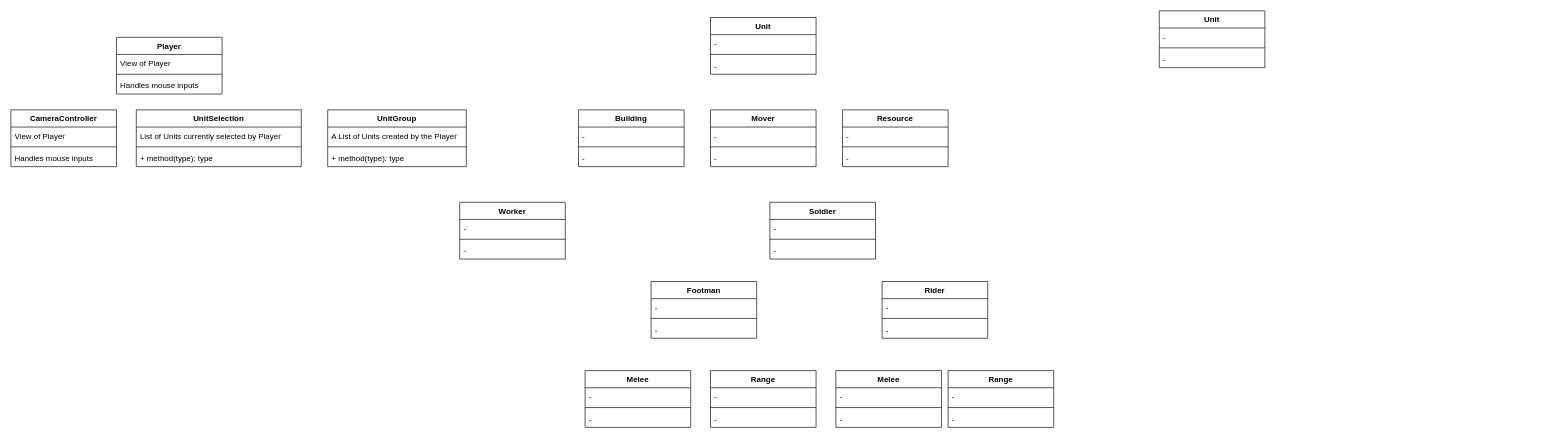
This is Game/Assets/Scripts/Class_diagram_UML.drawio from stephanegc/realTimeStrategy, a draw.io file, before an edit. Source tidied: cells renumbered, new cells numbered last; positions are measured from the earlier drawing's top-left corner, leaving out a move shared by most shapes. Both pictures are drawn from the tidied source at 66%, with x=0, y=0 at pixel (11, 11).
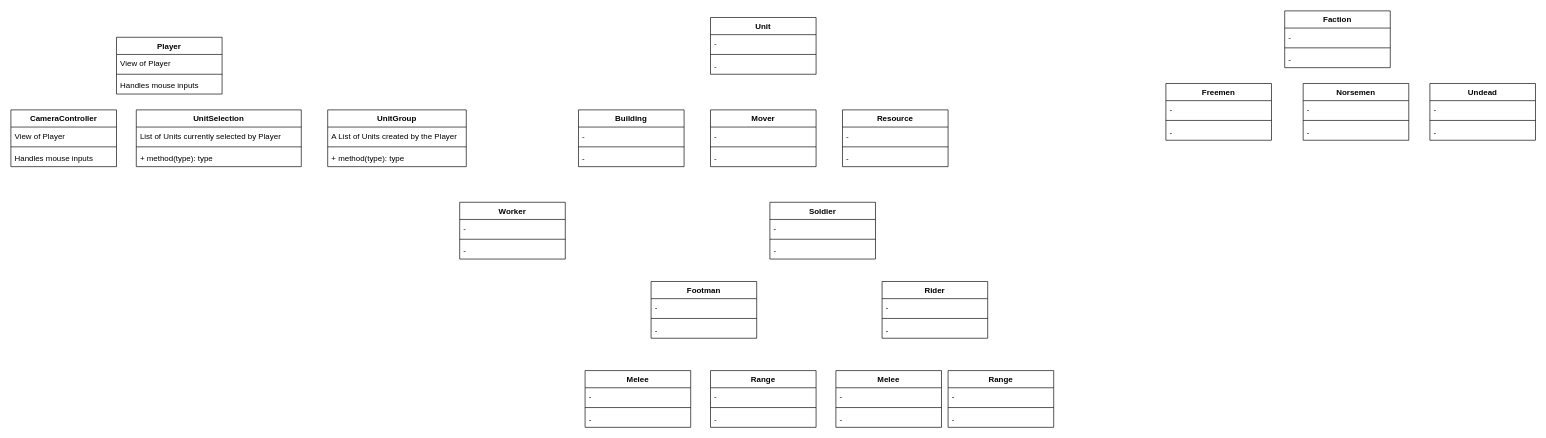
The same diagram, later.

Commit message:
Mettre à jour Class_diagram_UML.drawio

Diff of the diagram source:
```diff
@@
-    <mxCell id="66" value="Unit" style="swimlane;fontStyle=1;align=center;verticalAlign=top;horizontal=1;startSize=26;" parent="1" vertex="1">
-      <mxGeometry x="1740" width="160" height="86" as="geometry" />
+    <mxCell id="66" value="Faction" style="swimlane;fontStyle=1;align=center;verticalAlign=top;horizontal=1;startSize=26;" parent="1" vertex="1">
+      <mxGeometry x="1930" width="160" height="86" as="geometry" />
     </mxCell>
@@
+    <mxCell id="70" value="Freemen" style="swimlane;fontStyle=1;align=center;verticalAlign=top;horizontal=1;startSize=26;" parent="1" vertex="1">
+      <mxGeometry x="1750" y="110" width="160" height="86" as="geometry" />
+    </mxCell>
+    <mxCell id="71" value="-" style="text;strokeColor=none;fillColor=none;align=left;verticalAlign=top;spacingLeft=4;spacingRight=4;overflow=hidden;" parent="70" vertex="1">
+      <mxGeometry y="26" width="160" height="26" as="geometry" />
+    </mxCell>
+    <mxCell id="72" style="line;strokeWidth=1;fillColor=none;align=left;verticalAlign=middle;spacingTop=-1;spacingLeft=3;spacingRight=3;labelPosition=right;strokeColor=inherit;" parent="70" vertex="1">
+      <mxGeometry y="52" width="160" height="8" as="geometry" />
+    </mxCell>
+    <mxCell id="73" value="-" style="text;strokeColor=none;fillColor=none;align=left;verticalAlign=top;spacingLeft=4;spacingRight=4;overflow=hidden;" parent="70" vertex="1">
+      <mxGeometry y="60" width="160" height="26" as="geometry" />
+    </mxCell>
+    <mxCell id="74" value="Norsemen" style="swimlane;fontStyle=1;align=center;verticalAlign=top;horizontal=1;startSize=26;" parent="1" vertex="1">
+      <mxGeometry x="1958" y="110" width="160" height="86" as="geometry" />
+    </mxCell>
+    <mxCell id="75" value="-" style="text;strokeColor=none;fillColor=none;align=left;verticalAlign=top;spacingLeft=4;spacingRight=4;overflow=hidden;" parent="74" vertex="1">
+      <mxGeometry y="26" width="160" height="26" as="geometry" />
+    </mxCell>
+    <mxCell id="76" style="line;strokeWidth=1;fillColor=none;align=left;verticalAlign=middle;spacingTop=-1;spacingLeft=3;spacingRight=3;labelPosition=right;strokeColor=inherit;" parent="74" vertex="1">
+      <mxGeometry y="52" width="160" height="8" as="geometry" />
+    </mxCell>
+    <mxCell id="77" value="-" style="text;strokeColor=none;fillColor=none;align=left;verticalAlign=top;spacingLeft=4;spacingRight=4;overflow=hidden;" parent="74" vertex="1">
+      <mxGeometry y="60" width="160" height="26" as="geometry" />
+    </mxCell>
+    <mxCell id="78" value="Undead" style="swimlane;fontStyle=1;align=center;verticalAlign=top;horizontal=1;startSize=26;" parent="1" vertex="1">
+      <mxGeometry x="2150" y="110" width="160" height="86" as="geometry" />
+    </mxCell>
+    <mxCell id="79" value="-" style="text;strokeColor=none;fillColor=none;align=left;verticalAlign=top;spacingLeft=4;spacingRight=4;overflow=hidden;" parent="78" vertex="1">
+      <mxGeometry y="26" width="160" height="26" as="geometry" />
+    </mxCell>
+    <mxCell id="80" style="line;strokeWidth=1;fillColor=none;align=left;verticalAlign=middle;spacingTop=-1;spacingLeft=3;spacingRight=3;labelPosition=right;strokeColor=inherit;" parent="78" vertex="1">
+      <mxGeometry y="52" width="160" height="8" as="geometry" />
+    </mxCell>
+    <mxCell id="81" value="-" style="text;strokeColor=none;fillColor=none;align=left;verticalAlign=top;spacingLeft=4;spacingRight=4;overflow=hidden;" parent="78" vertex="1">
+      <mxGeometry y="60" width="160" height="26" as="geometry" />
+    </mxCell>
```
